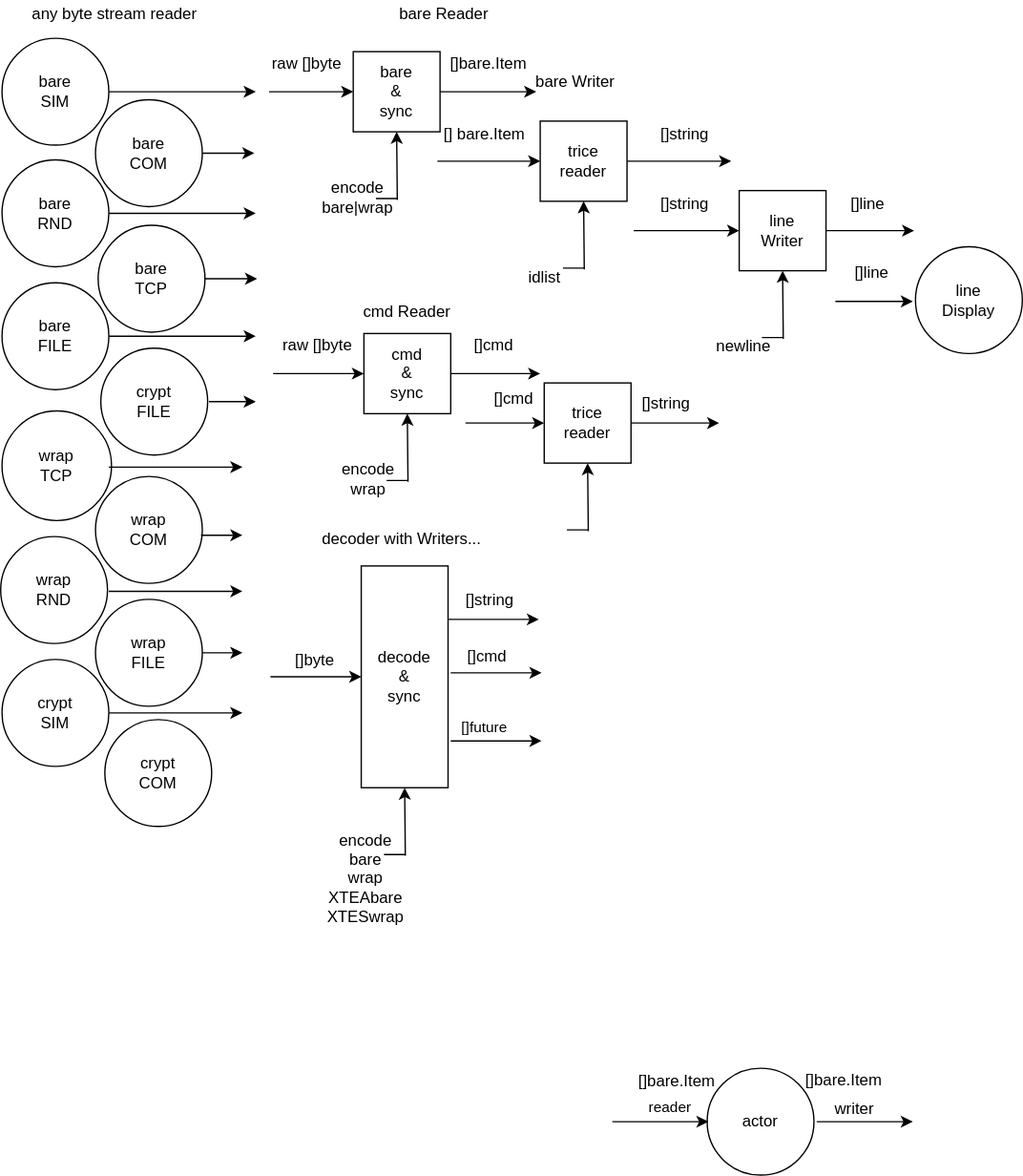
Before: docs/README.media/ReadCloser.svg, a diagram exported from draw.io (rokath/trice). Source tidied: cells renumbered, new cells last; positions are measured from the earlier drawing's top-left corner, leaving out a move shared by most shapes.
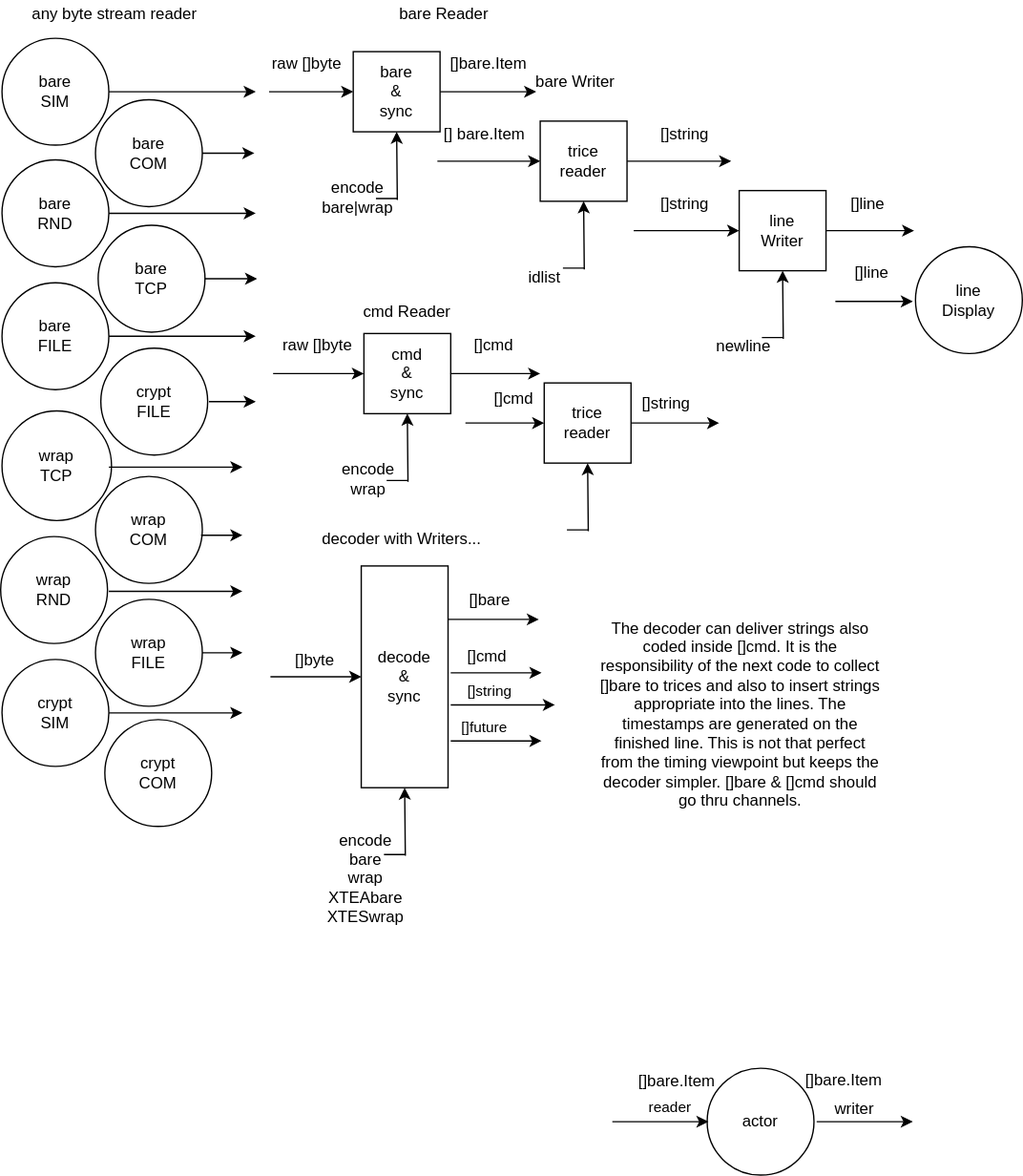
The same diagram one commit later.

What changed in the source:
```diff
@@ -367,8 +367,20 @@
     <mxCell id="83" value="[]future" style="edgeLabel;html=1;align=center;verticalAlign=middle;" parent="82" vertex="1">
       <mxGeometry x="-0.29" y="11" relative="1" as="geometry" />
     </mxCell>
-    <mxCell id="84" value="[]string" style="text;html=1;align=center;verticalAlign=middle;" parent="1" vertex="1">
+    <mxCell id="84" value="[]bare" style="text;html=1;align=center;verticalAlign=middle;" parent="1" vertex="1">
       <mxGeometry x="341" y="439" width="50" height="20" as="geometry" />
     </mxCell>
+    <mxCell id="85" value="The decoder can deliver strings also coded inside []cmd. It is the responsibility of the next code to collect []bare to trices and also to insert strings appropriate into the lines. The timestamps are generated on the finished line. This is not that perfect from the timing viewpoint but keeps the decoder simpler. []bare &amp;amp; []cmd should go thru channels." style="text;html=1;strokeColor=none;fillColor=none;align=center;verticalAlign=middle;whiteSpace=wrap;rounded=0;" parent="1" vertex="1">
+      <mxGeometry x="447" y="439" width="214" height="189" as="geometry" />
+    </mxCell>
+    <mxCell id="86" style="edgeStyle=orthogonalEdgeStyle;rounded=0;orthogonalLoop=1;jettySize=auto;html=1;entryX=0;entryY=0.5;entryDx=0;entryDy=0;" parent="1" edge="1">
+      <mxGeometry relative="1" as="geometry">
+        <mxPoint x="337" y="527" as="sourcePoint" />
+        <mxPoint x="415" y="527" as="targetPoint" />
+      </mxGeometry>
+    </mxCell>
+    <mxCell id="87" value="[]string" style="edgeLabel;html=1;align=center;verticalAlign=middle;" parent="86" vertex="1">
+      <mxGeometry x="-0.29" y="11" relative="1" as="geometry" />
+    </mxCell>
   </root>
 </mxGraphModel>
```
